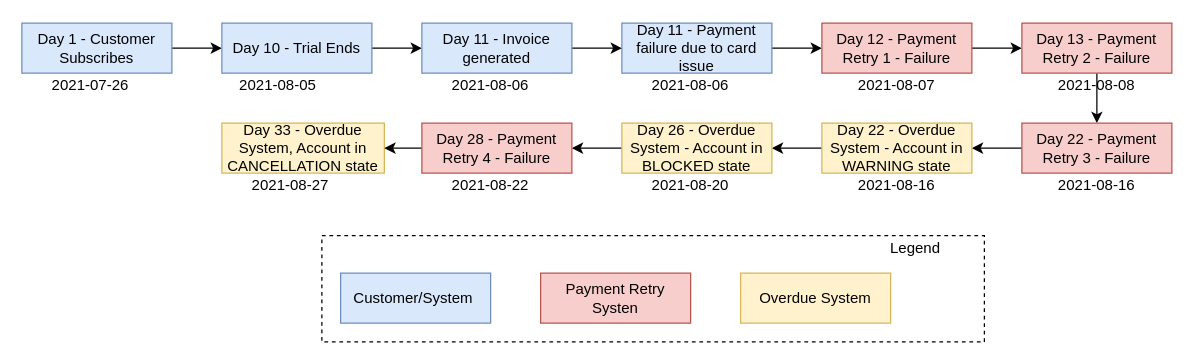
Above: page "flow4" (4 of 5) of userguide/assets/img/overdue/overdue.drawio in killbill/killbill-docs (draw.io), before the change. Source tidied: cells renumbered, new cells numbered last; positions are measured from the earlier drawing's top-left corner, leaving out a move shared by most shapes. Both pictures are drawn from the tidied source at 125%, with x=0, y=0 at pixel (21, 22).
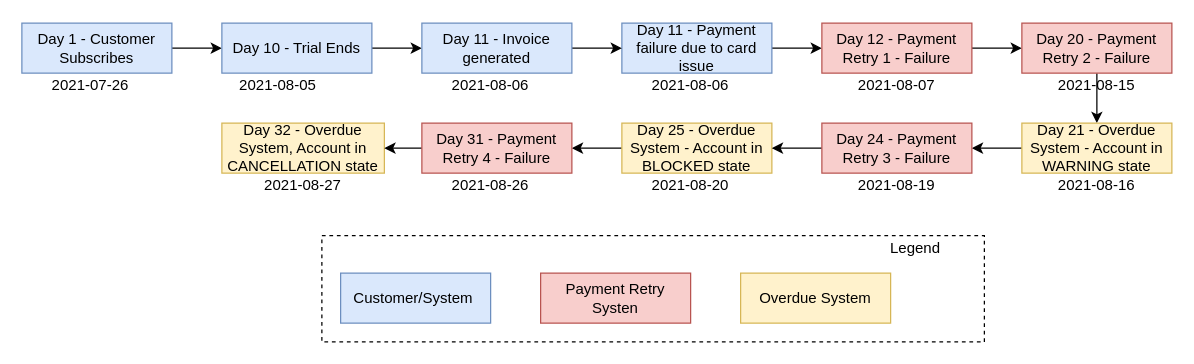
Above is the later version.

What changed in the source:
```diff
@@
-    <mxCell id="8" style="edgeStyle=orthogonalEdgeStyle;rounded=0;jettySize=auto;html=1;exitX=0.5;exitY=1;exitDx=0;exitDy=0;entryX=0.5;entryY=0;entryDx=0;entryDy=0;" parent="1" edge="1" source="9" target="11">
-      <mxGeometry relative="1" as="geometry" />
+    <mxCell id="8" style="edgeStyle=orthogonalEdgeStyle;rounded=0;jettySize=auto;html=1;exitX=0.5;exitY=1;exitDx=0;exitDy=0;entryX=0.5;entryY=0;entryDx=0;entryDy=0;" parent="1" edge="1" source="9">
+      <mxGeometry relative="1" as="geometry">
+        <mxPoint x="860" y="80" as="targetPoint" />
+      </mxGeometry>
     </mxCell>
-    <mxCell id="9" value="Day 13 - Payment Retry 2 - Failure" style="rounded=0;whiteSpace=wrap;html=1;fillColor=#f8cecc;strokeColor=#b85450;" parent="1" vertex="1">
+    <mxCell id="9" value="Day 20 - Payment Retry 2 - Failure" style="rounded=0;whiteSpace=wrap;html=1;fillColor=#f8cecc;strokeColor=#b85450;" parent="1" vertex="1">
       <mxGeometry x="800" width="120" height="40" as="geometry" />
     </mxCell>
-    <mxCell id="10" style="edgeStyle=orthogonalEdgeStyle;rounded=0;jettySize=auto;html=1;exitX=0;exitY=0.5;exitDx=0;exitDy=0;" parent="1" edge="1" source="11" target="21">
-      <mxGeometry relative="1" as="geometry" />
-    </mxCell>
-    <mxCell id="11" value="Day 22 - Payment Retry 3 - Failure" style="rounded=0;whiteSpace=wrap;html=1;fillColor=#f8cecc;strokeColor=#b85450;" parent="1" vertex="1">
-      <mxGeometry x="800" y="80" width="120" height="40" as="geometry" />
-    </mxCell>
@@
-    <mxCell id="18" value="2021-08-08" style="text;html=1;strokeColor=none;fillColor=none;align=center;verticalAlign=middle;whiteSpace=wrap;rounded=0;" parent="1" vertex="1">
+    <mxCell id="18" value="2021-08-15" style="text;html=1;strokeColor=none;fillColor=none;align=center;verticalAlign=middle;whiteSpace=wrap;rounded=0;" parent="1" vertex="1">
       <mxGeometry x="815" y="40" width="90" height="20" as="geometry" />
     </mxCell>
-    <mxCell id="19" value="2021-08-16" style="text;html=1;strokeColor=none;fillColor=none;align=center;verticalAlign=middle;whiteSpace=wrap;rounded=0;" parent="1" vertex="1">
-      <mxGeometry x="815" y="120" width="90" height="20" as="geometry" />
-    </mxCell>
-    <mxCell id="20" style="edgeStyle=orthogonalEdgeStyle;rounded=0;jettySize=auto;html=1;exitX=0;exitY=0.5;exitDx=0;exitDy=0;" parent="1" edge="1" source="21" target="24">
-      <mxGeometry relative="1" as="geometry" />
+    <mxCell id="20" style="edgeStyle=orthogonalEdgeStyle;rounded=0;jettySize=auto;html=1;exitX=0;exitY=0.5;exitDx=0;exitDy=0;" parent="1" edge="1" source="21">
+      <mxGeometry relative="1" as="geometry">
+        <mxPoint x="760" y="100" as="targetPoint" />
+      </mxGeometry>
     </mxCell>
-    <mxCell id="21" value="Day 22 - Overdue System - Account in WARNING state" style="rounded=0;whiteSpace=wrap;html=1;fillColor=#fff2cc;strokeColor=#d6b656;" parent="1" vertex="1">
-      <mxGeometry x="640" y="80" width="120" height="40" as="geometry" />
+    <mxCell id="21" value="Day 21 - Overdue System - Account in WARNING state" style="rounded=0;whiteSpace=wrap;html=1;fillColor=#fff2cc;strokeColor=#d6b656;" parent="1" vertex="1">
+      <mxGeometry x="800" y="80" width="120" height="40" as="geometry" />
     </mxCell>
     <mxCell id="22" value="2021-08-16" style="text;html=1;strokeColor=none;fillColor=none;align=center;verticalAlign=middle;whiteSpace=wrap;rounded=0;" parent="1" vertex="1">
-      <mxGeometry x="655" y="120" width="90" height="20" as="geometry" />
+      <mxGeometry x="815" y="120" width="90" height="20" as="geometry" />
     </mxCell>
@@
-    <mxCell id="24" value="Day 26 - Overdue System - Account in BLOCKED state" style="rounded=0;whiteSpace=wrap;html=1;fillColor=#fff2cc;strokeColor=#d6b656;" parent="1" vertex="1">
+    <mxCell id="24" value="Day 25 - Overdue System - Account in BLOCKED state" style="rounded=0;whiteSpace=wrap;html=1;fillColor=#fff2cc;strokeColor=#d6b656;" parent="1" vertex="1">
       <mxGeometry x="480" y="80" width="120" height="40" as="geometry" />
     </mxCell>
-    <mxCell id="25" value="2021-08-20" style="text;html=1;strokeColor=none;fillColor=none;align=center;verticalAlign=middle;whiteSpace=wrap;rounded=0;" parent="1" vertex="1">
-      <mxGeometry x="490" y="120" width="90" height="20" as="geometry" />
-    </mxCell>
-    <mxCell id="26" value="2021-08-27" style="text;html=1;strokeColor=none;fillColor=none;align=center;verticalAlign=middle;whiteSpace=wrap;rounded=0;" parent="1" vertex="1">
-      <mxGeometry x="170" y="120" width="90" height="20" as="geometry" />
+    <mxCell id="26" value="2021-08-26" style="text;html=1;strokeColor=none;fillColor=none;align=center;verticalAlign=middle;whiteSpace=wrap;rounded=0;" parent="1" vertex="1">
+      <mxGeometry x="330" y="120" width="90" height="20" as="geometry" />
     </mxCell>
-    <mxCell id="27" value="Day 33 - Overdue System, Account in CANCELLATION state" style="rounded=0;whiteSpace=wrap;html=1;fillColor=#fff2cc;strokeColor=#d6b656;" parent="1" vertex="1">
+    <mxCell id="27" value="Day 32 - Overdue System, Account in CANCELLATION state" style="rounded=0;whiteSpace=wrap;html=1;fillColor=#fff2cc;strokeColor=#d6b656;" parent="1" vertex="1">
       <mxGeometry x="160" y="80" width="130" height="40" as="geometry" />
     </mxCell>
@@
-    <mxCell id="29" value="Day 28 - Payment Retry 4 - Failure" style="rounded=0;whiteSpace=wrap;html=1;fillColor=#f8cecc;strokeColor=#b85450;" parent="1" vertex="1">
+    <mxCell id="29" value="Day 31 - Payment Retry 4 - Failure" style="rounded=0;whiteSpace=wrap;html=1;fillColor=#f8cecc;strokeColor=#b85450;" parent="1" vertex="1">
       <mxGeometry x="320" y="80" width="120" height="40" as="geometry" />
     </mxCell>
-    <mxCell id="30" value="2021-08-22" style="text;html=1;strokeColor=none;fillColor=none;align=center;verticalAlign=middle;whiteSpace=wrap;rounded=0;" parent="1" vertex="1">
-      <mxGeometry x="330" y="120" width="90" height="20" as="geometry" />
+    <mxCell id="30" value="2021-08-20" style="text;html=1;strokeColor=none;fillColor=none;align=center;verticalAlign=middle;whiteSpace=wrap;rounded=0;" parent="1" vertex="1">
+      <mxGeometry x="490" y="120" width="90" height="20" as="geometry" />
     </mxCell>
@@
+    <mxCell id="39" value="2021-08-19" style="text;html=1;strokeColor=none;fillColor=none;align=center;verticalAlign=middle;whiteSpace=wrap;rounded=0;" parent="1" vertex="1">
+      <mxGeometry x="655" y="120" width="90" height="20" as="geometry" />
+    </mxCell>
+    <mxCell id="40" style="edgeStyle=orthogonalEdgeStyle;rounded=0;jettySize=auto;html=1;exitX=0;exitY=0.5;exitDx=0;exitDy=0;" parent="1" edge="1" source="41" target="24">
+      <mxGeometry relative="1" as="geometry" />
+    </mxCell>
+    <mxCell id="41" value="Day 24 - Payment Retry 3 - Failure" style="rounded=0;whiteSpace=wrap;html=1;fillColor=#f8cecc;strokeColor=#b85450;" parent="1" vertex="1">
+      <mxGeometry x="640" y="80" width="120" height="40" as="geometry" />
+    </mxCell>
+    <mxCell id="42" value="2021-08-27" style="text;html=1;strokeColor=none;fillColor=none;align=center;verticalAlign=middle;whiteSpace=wrap;rounded=0;" parent="1" vertex="1">
+      <mxGeometry x="180" y="120" width="90" height="20" as="geometry" />
+    </mxCell>
```
